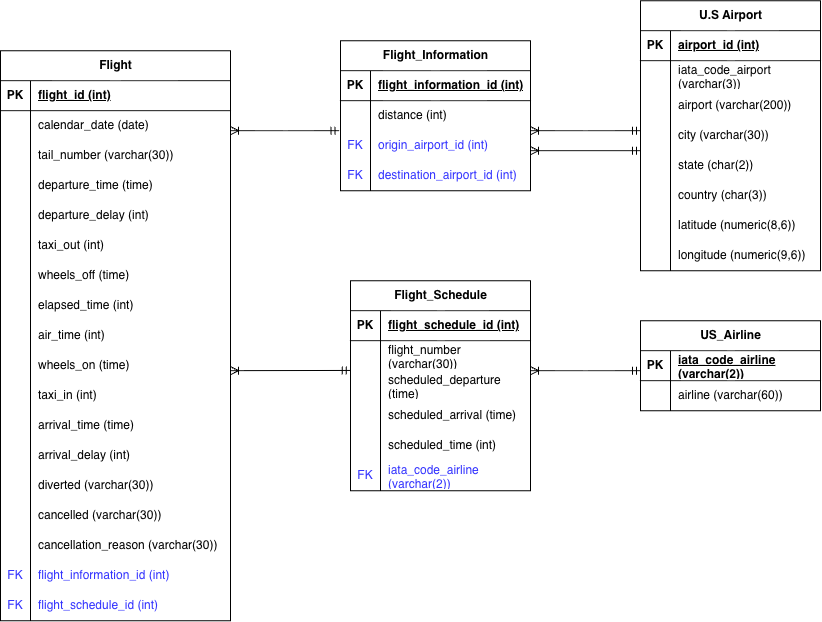
Before: ERD/Flights.png, a diagram exported from draw.io (zhenzhebao/2015-U.S.-Flight-Analysis). Source tidied: cells renumbered, new cells last; positions are measured from the earlier drawing's top-left corner, leaving out a move shared by most shapes.
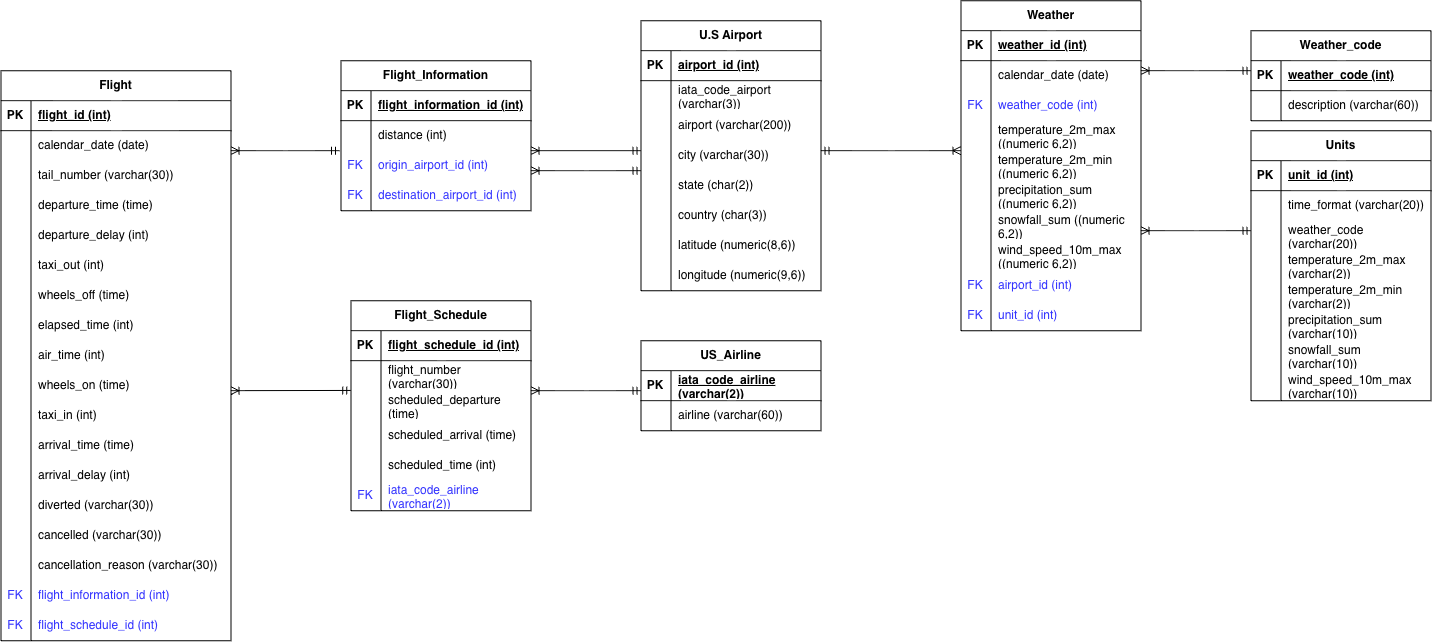
After the commit.

Commit message:
updated ERD and dashboard

What changed in the source:
```diff
@@ -387,5 +387,212 @@
         <mxPoint x="640" y="150" as="targetPoint" />
       </mxGeometry>
     </mxCell>
+    <mxCell id="126" value="Weather" style="shape=table;startSize=30;rowLines=0;fontStyle=1;align=center;html=1;" parent="1" vertex="1">
+      <mxGeometry x="960" y="-20" width="180" height="330" as="geometry" />
+    </mxCell>
+    <mxCell id="127" style="shape=tableRow;horizontal=0;startSize=0;swimlaneHead=0;swimlaneBody=0;fillColor=none;top=0;left=0;right=0;bottom=1;" parent="126" vertex="1">
+      <mxGeometry y="30" width="180" height="30" as="geometry" />
+    </mxCell>
+    <mxCell id="128" value="PK" style="shape=partialRectangle;fillColor=none;top=0;left=0;bottom=0;right=0;fontStyle=1;overflow=hidden;whiteSpace=wrap;html=1;" parent="127" vertex="1">
+      <mxGeometry width="30" height="30" as="geometry" />
+    </mxCell>
+    <mxCell id="129" value="weather_id (int)" style="shape=partialRectangle;fillColor=none;top=0;left=0;bottom=0;right=0;align=left;spacingLeft=6;fontStyle=5;overflow=hidden;whiteSpace=wrap;html=1;" parent="127" vertex="1">
+      <mxGeometry x="30" width="150" height="30" as="geometry" />
+    </mxCell>
+    <mxCell id="130" style="shape=tableRow;horizontal=0;startSize=0;swimlaneHead=0;swimlaneBody=0;fillColor=none;top=0;left=0;right=0;bottom=0;" parent="126" vertex="1">
+      <mxGeometry y="60" width="180" height="30" as="geometry" />
+    </mxCell>
+    <mxCell id="131" style="shape=partialRectangle;fillColor=none;top=0;left=0;bottom=0;right=0;overflow=hidden;whiteSpace=wrap;html=1;" parent="130" vertex="1">
+      <mxGeometry width="30" height="30" as="geometry" />
+    </mxCell>
+    <mxCell id="132" value="calendar_date (date)" style="shape=partialRectangle;fillColor=none;top=0;left=0;bottom=0;right=0;align=left;spacingLeft=6;overflow=hidden;whiteSpace=wrap;html=1;" parent="130" vertex="1">
+      <mxGeometry x="30" width="150" height="30" as="geometry" />
+    </mxCell>
+    <mxCell id="133" style="shape=tableRow;horizontal=0;startSize=0;swimlaneHead=0;swimlaneBody=0;fillColor=none;top=0;left=0;right=0;bottom=0;" parent="126" vertex="1">
+      <mxGeometry y="90" width="180" height="30" as="geometry" />
+    </mxCell>
+    <mxCell id="134" value="&lt;span style=&quot;color: rgb(51, 51, 255);&quot;&gt;FK&lt;/span&gt;" style="shape=partialRectangle;fillColor=none;top=0;left=0;bottom=0;right=0;overflow=hidden;whiteSpace=wrap;html=1;" parent="133" vertex="1">
+      <mxGeometry width="30" height="30" as="geometry" />
+    </mxCell>
+    <mxCell id="135" value="&lt;span style=&quot;color: rgb(51, 51, 255);&quot;&gt;weather_code (int)&lt;/span&gt;" style="shape=partialRectangle;fillColor=none;top=0;left=0;bottom=0;right=0;align=left;spacingLeft=6;overflow=hidden;whiteSpace=wrap;html=1;" parent="133" vertex="1">
+      <mxGeometry x="30" width="150" height="30" as="geometry" />
+    </mxCell>
+    <mxCell id="136" style="shape=tableRow;horizontal=0;startSize=0;swimlaneHead=0;swimlaneBody=0;fillColor=none;top=0;left=0;right=0;bottom=0;" parent="126" vertex="1">
+      <mxGeometry y="120" width="180" height="30" as="geometry" />
+    </mxCell>
+    <mxCell id="137" style="shape=partialRectangle;fillColor=none;top=0;left=0;bottom=0;right=0;overflow=hidden;whiteSpace=wrap;html=1;" parent="136" vertex="1">
+      <mxGeometry width="30" height="30" as="geometry" />
+    </mxCell>
+    <mxCell id="138" value="temperature_2m_max ((numeric 6,2))" style="shape=partialRectangle;fillColor=none;top=0;left=0;bottom=0;right=0;align=left;spacingLeft=6;overflow=hidden;whiteSpace=wrap;html=1;" parent="136" vertex="1">
+      <mxGeometry x="30" width="150" height="30" as="geometry" />
+    </mxCell>
+    <mxCell id="139" style="shape=tableRow;horizontal=0;startSize=0;swimlaneHead=0;swimlaneBody=0;fillColor=none;top=0;left=0;right=0;bottom=0;" parent="126" vertex="1">
+      <mxGeometry y="150" width="180" height="30" as="geometry" />
+    </mxCell>
+    <mxCell id="140" style="shape=partialRectangle;fillColor=none;top=0;left=0;bottom=0;right=0;overflow=hidden;whiteSpace=wrap;html=1;" parent="139" vertex="1">
+      <mxGeometry width="30" height="30" as="geometry" />
+    </mxCell>
+    <mxCell id="141" value="temperature_2m_min ((numeric 6,2))" style="shape=partialRectangle;fillColor=none;top=0;left=0;bottom=0;right=0;align=left;spacingLeft=6;overflow=hidden;whiteSpace=wrap;html=1;" parent="139" vertex="1">
+      <mxGeometry x="30" width="150" height="30" as="geometry" />
+    </mxCell>
+    <mxCell id="142" style="shape=tableRow;horizontal=0;startSize=0;swimlaneHead=0;swimlaneBody=0;fillColor=none;top=0;left=0;right=0;bottom=0;" parent="126" vertex="1">
+      <mxGeometry y="180" width="180" height="30" as="geometry" />
+    </mxCell>
+    <mxCell id="143" style="shape=partialRectangle;fillColor=none;top=0;left=0;bottom=0;right=0;overflow=hidden;whiteSpace=wrap;html=1;" parent="142" vertex="1">
+      <mxGeometry width="30" height="30" as="geometry" />
+    </mxCell>
+    <mxCell id="144" value="precipitation_sum ((numeric 6,2))" style="shape=partialRectangle;fillColor=none;top=0;left=0;bottom=0;right=0;align=left;spacingLeft=6;overflow=hidden;whiteSpace=wrap;html=1;" parent="142" vertex="1">
+      <mxGeometry x="30" width="150" height="30" as="geometry" />
+    </mxCell>
+    <mxCell id="145" style="shape=tableRow;horizontal=0;startSize=0;swimlaneHead=0;swimlaneBody=0;fillColor=none;top=0;left=0;right=0;bottom=0;" parent="126" vertex="1">
+      <mxGeometry y="210" width="180" height="30" as="geometry" />
+    </mxCell>
+    <mxCell id="146" style="shape=partialRectangle;fillColor=none;top=0;left=0;bottom=0;right=0;overflow=hidden;whiteSpace=wrap;html=1;" parent="145" vertex="1">
+      <mxGeometry width="30" height="30" as="geometry" />
+    </mxCell>
+    <mxCell id="147" value="snowfall_sum ((numeric 6,2))" style="shape=partialRectangle;fillColor=none;top=0;left=0;bottom=0;right=0;align=left;spacingLeft=6;overflow=hidden;whiteSpace=wrap;html=1;" parent="145" vertex="1">
+      <mxGeometry x="30" width="150" height="30" as="geometry" />
+    </mxCell>
+    <mxCell id="148" style="shape=tableRow;horizontal=0;startSize=0;swimlaneHead=0;swimlaneBody=0;fillColor=none;top=0;left=0;right=0;bottom=0;" parent="126" vertex="1">
+      <mxGeometry y="240" width="180" height="30" as="geometry" />
+    </mxCell>
+    <mxCell id="149" style="shape=partialRectangle;fillColor=none;top=0;left=0;bottom=0;right=0;overflow=hidden;whiteSpace=wrap;html=1;" parent="148" vertex="1">
+      <mxGeometry width="30" height="30" as="geometry" />
+    </mxCell>
+    <mxCell id="150" value="wind_speed_10m_max ((numeric 6,2))" style="shape=partialRectangle;fillColor=none;top=0;left=0;bottom=0;right=0;align=left;spacingLeft=6;overflow=hidden;whiteSpace=wrap;html=1;" parent="148" vertex="1">
+      <mxGeometry x="30" width="150" height="30" as="geometry" />
+    </mxCell>
+    <mxCell id="151" style="shape=tableRow;horizontal=0;startSize=0;swimlaneHead=0;swimlaneBody=0;fillColor=none;top=0;left=0;right=0;bottom=0;" parent="126" vertex="1">
+      <mxGeometry y="270" width="180" height="30" as="geometry" />
+    </mxCell>
+    <mxCell id="152" value="&lt;span style=&quot;color: rgb(51, 51, 255);&quot;&gt;FK&lt;/span&gt;" style="shape=partialRectangle;fillColor=none;top=0;left=0;bottom=0;right=0;overflow=hidden;whiteSpace=wrap;html=1;" parent="151" vertex="1">
+      <mxGeometry width="30" height="30" as="geometry" />
+    </mxCell>
+    <mxCell id="153" value="&lt;span style=&quot;color: rgb(51, 51, 255);&quot;&gt;airport_id (int)&lt;/span&gt;" style="shape=partialRectangle;fillColor=none;top=0;left=0;bottom=0;right=0;align=left;spacingLeft=6;overflow=hidden;whiteSpace=wrap;html=1;" parent="151" vertex="1">
+      <mxGeometry x="30" width="150" height="30" as="geometry" />
+    </mxCell>
+    <mxCell id="154" style="shape=tableRow;horizontal=0;startSize=0;swimlaneHead=0;swimlaneBody=0;fillColor=none;top=0;left=0;right=0;bottom=0;" parent="126" vertex="1">
+      <mxGeometry y="300" width="180" height="30" as="geometry" />
+    </mxCell>
+    <mxCell id="155" value="&lt;span style=&quot;color: rgb(51, 51, 255);&quot;&gt;FK&lt;/span&gt;" style="shape=partialRectangle;fillColor=none;top=0;left=0;bottom=0;right=0;overflow=hidden;whiteSpace=wrap;html=1;" parent="154" vertex="1">
+      <mxGeometry width="30" height="30" as="geometry" />
+    </mxCell>
+    <mxCell id="156" value="&lt;span style=&quot;color: rgb(51, 51, 255);&quot;&gt;unit_id (int)&lt;/span&gt;" style="shape=partialRectangle;fillColor=none;top=0;left=0;bottom=0;right=0;align=left;spacingLeft=6;overflow=hidden;whiteSpace=wrap;html=1;" parent="154" vertex="1">
+      <mxGeometry x="30" width="150" height="30" as="geometry" />
+    </mxCell>
+    <mxCell id="157" value="Units" style="shape=table;startSize=30;rowLines=0;fontStyle=1;align=center;html=1;" parent="1" vertex="1">
+      <mxGeometry x="1250" y="110" width="180" height="270" as="geometry" />
+    </mxCell>
+    <mxCell id="158" style="shape=tableRow;horizontal=0;startSize=0;swimlaneHead=0;swimlaneBody=0;fillColor=none;top=0;left=0;right=0;bottom=1;" parent="157" vertex="1">
+      <mxGeometry y="30" width="180" height="30" as="geometry" />
+    </mxCell>
+    <mxCell id="159" value="PK" style="shape=partialRectangle;fillColor=none;top=0;left=0;bottom=0;right=0;fontStyle=1;overflow=hidden;whiteSpace=wrap;html=1;" parent="158" vertex="1">
+      <mxGeometry width="30" height="30" as="geometry" />
+    </mxCell>
+    <mxCell id="160" value="unit_id (int)" style="shape=partialRectangle;fillColor=none;top=0;left=0;bottom=0;right=0;align=left;spacingLeft=6;fontStyle=5;overflow=hidden;whiteSpace=wrap;html=1;" parent="158" vertex="1">
+      <mxGeometry x="30" width="150" height="30" as="geometry" />
+    </mxCell>
+    <mxCell id="161" style="shape=tableRow;horizontal=0;startSize=0;swimlaneHead=0;swimlaneBody=0;fillColor=none;top=0;left=0;right=0;bottom=0;" parent="157" vertex="1">
+      <mxGeometry y="60" width="180" height="30" as="geometry" />
+    </mxCell>
+    <mxCell id="162" style="shape=partialRectangle;fillColor=none;top=0;left=0;bottom=0;right=0;overflow=hidden;whiteSpace=wrap;html=1;" parent="161" vertex="1">
+      <mxGeometry width="30" height="30" as="geometry" />
+    </mxCell>
+    <mxCell id="163" value="time_format (varchar(20))" style="shape=partialRectangle;fillColor=none;top=0;left=0;bottom=0;right=0;align=left;spacingLeft=6;overflow=hidden;whiteSpace=wrap;html=1;" parent="161" vertex="1">
+      <mxGeometry x="30" width="150" height="30" as="geometry" />
+    </mxCell>
+    <mxCell id="164" style="shape=tableRow;horizontal=0;startSize=0;swimlaneHead=0;swimlaneBody=0;fillColor=none;top=0;left=0;right=0;bottom=0;" parent="157" vertex="1">
+      <mxGeometry y="90" width="180" height="30" as="geometry" />
+    </mxCell>
+    <mxCell id="165" style="shape=partialRectangle;fillColor=none;top=0;left=0;bottom=0;right=0;overflow=hidden;whiteSpace=wrap;html=1;" parent="164" vertex="1">
+      <mxGeometry width="30" height="30" as="geometry" />
+    </mxCell>
+    <mxCell id="166" value="weather_code (varchar(20))" style="shape=partialRectangle;fillColor=none;top=0;left=0;bottom=0;right=0;align=left;spacingLeft=6;overflow=hidden;whiteSpace=wrap;html=1;" parent="164" vertex="1">
+      <mxGeometry x="30" width="150" height="30" as="geometry" />
+    </mxCell>
+    <mxCell id="167" style="shape=tableRow;horizontal=0;startSize=0;swimlaneHead=0;swimlaneBody=0;fillColor=none;top=0;left=0;right=0;bottom=0;" parent="157" vertex="1">
+      <mxGeometry y="120" width="180" height="30" as="geometry" />
+    </mxCell>
+    <mxCell id="168" style="shape=partialRectangle;fillColor=none;top=0;left=0;bottom=0;right=0;overflow=hidden;whiteSpace=wrap;html=1;" parent="167" vertex="1">
+      <mxGeometry width="30" height="30" as="geometry" />
+    </mxCell>
+    <mxCell id="169" value="temperature_2m_max (varchar(2))" style="shape=partialRectangle;fillColor=none;top=0;left=0;bottom=0;right=0;align=left;spacingLeft=6;overflow=hidden;whiteSpace=wrap;html=1;" parent="167" vertex="1">
+      <mxGeometry x="30" width="150" height="30" as="geometry" />
+    </mxCell>
+    <mxCell id="170" style="shape=tableRow;horizontal=0;startSize=0;swimlaneHead=0;swimlaneBody=0;fillColor=none;top=0;left=0;right=0;bottom=0;" parent="157" vertex="1">
+      <mxGeometry y="150" width="180" height="30" as="geometry" />
+    </mxCell>
+    <mxCell id="171" style="shape=partialRectangle;fillColor=none;top=0;left=0;bottom=0;right=0;overflow=hidden;whiteSpace=wrap;html=1;" parent="170" vertex="1">
+      <mxGeometry width="30" height="30" as="geometry" />
+    </mxCell>
+    <mxCell id="172" value="temperature_2m_min (varchar(2))" style="shape=partialRectangle;fillColor=none;top=0;left=0;bottom=0;right=0;align=left;spacingLeft=6;overflow=hidden;whiteSpace=wrap;html=1;" parent="170" vertex="1">
+      <mxGeometry x="30" width="150" height="30" as="geometry" />
+    </mxCell>
+    <mxCell id="173" style="shape=tableRow;horizontal=0;startSize=0;swimlaneHead=0;swimlaneBody=0;fillColor=none;top=0;left=0;right=0;bottom=0;" parent="157" vertex="1">
+      <mxGeometry y="180" width="180" height="30" as="geometry" />
+    </mxCell>
+    <mxCell id="174" style="shape=partialRectangle;fillColor=none;top=0;left=0;bottom=0;right=0;overflow=hidden;whiteSpace=wrap;html=1;" parent="173" vertex="1">
+      <mxGeometry width="30" height="30" as="geometry" />
+    </mxCell>
+    <mxCell id="175" value="precipitation_sum (varchar(10))" style="shape=partialRectangle;fillColor=none;top=0;left=0;bottom=0;right=0;align=left;spacingLeft=6;overflow=hidden;whiteSpace=wrap;html=1;" parent="173" vertex="1">
+      <mxGeometry x="30" width="150" height="30" as="geometry" />
+    </mxCell>
+    <mxCell id="176" style="shape=tableRow;horizontal=0;startSize=0;swimlaneHead=0;swimlaneBody=0;fillColor=none;top=0;left=0;right=0;bottom=0;" parent="157" vertex="1">
+      <mxGeometry y="210" width="180" height="30" as="geometry" />
+    </mxCell>
+    <mxCell id="177" style="shape=partialRectangle;fillColor=none;top=0;left=0;bottom=0;right=0;overflow=hidden;whiteSpace=wrap;html=1;" parent="176" vertex="1">
+      <mxGeometry width="30" height="30" as="geometry" />
+    </mxCell>
+    <mxCell id="178" value="snowfall_sum (varchar(10))" style="shape=partialRectangle;fillColor=none;top=0;left=0;bottom=0;right=0;align=left;spacingLeft=6;overflow=hidden;whiteSpace=wrap;html=1;" parent="176" vertex="1">
+      <mxGeometry x="30" width="150" height="30" as="geometry" />
+    </mxCell>
+    <mxCell id="179" style="shape=tableRow;horizontal=0;startSize=0;swimlaneHead=0;swimlaneBody=0;fillColor=none;top=0;left=0;right=0;bottom=0;" parent="157" vertex="1">
+      <mxGeometry y="240" width="180" height="30" as="geometry" />
+    </mxCell>
+    <mxCell id="180" style="shape=partialRectangle;fillColor=none;top=0;left=0;bottom=0;right=0;overflow=hidden;whiteSpace=wrap;html=1;" parent="179" vertex="1">
+      <mxGeometry width="30" height="30" as="geometry" />
+    </mxCell>
+    <mxCell id="181" value="wind_speed_10m_max (varchar(10))" style="shape=partialRectangle;fillColor=none;top=0;left=0;bottom=0;right=0;align=left;spacingLeft=6;overflow=hidden;whiteSpace=wrap;html=1;" parent="179" vertex="1">
+      <mxGeometry x="30" width="150" height="30" as="geometry" />
+    </mxCell>
+    <mxCell id="182" value="Weather_code" style="shape=table;startSize=30;rowLines=0;fontStyle=1;align=center;html=1;" parent="1" vertex="1">
+      <mxGeometry x="1250" y="10" width="180" height="90" as="geometry" />
+    </mxCell>
+    <mxCell id="183" style="shape=tableRow;horizontal=0;startSize=0;swimlaneHead=0;swimlaneBody=0;fillColor=none;top=0;left=0;right=0;bottom=1;" parent="182" vertex="1">
+      <mxGeometry y="30" width="180" height="30" as="geometry" />
+    </mxCell>
+    <mxCell id="184" value="PK" style="shape=partialRectangle;fillColor=none;top=0;left=0;bottom=0;right=0;fontStyle=1;overflow=hidden;whiteSpace=wrap;html=1;" parent="183" vertex="1">
+      <mxGeometry width="30" height="30" as="geometry" />
+    </mxCell>
+    <mxCell id="185" value="weather_code (int)" style="shape=partialRectangle;fillColor=none;top=0;left=0;bottom=0;right=0;align=left;spacingLeft=6;fontStyle=5;overflow=hidden;whiteSpace=wrap;html=1;" parent="183" vertex="1">
+      <mxGeometry x="30" width="150" height="30" as="geometry" />
+    </mxCell>
+    <mxCell id="186" style="shape=tableRow;horizontal=0;startSize=0;swimlaneHead=0;swimlaneBody=0;fillColor=none;top=0;left=0;right=0;bottom=0;" parent="182" vertex="1">
+      <mxGeometry y="60" width="180" height="30" as="geometry" />
+    </mxCell>
+    <mxCell id="187" style="shape=partialRectangle;fillColor=none;top=0;left=0;bottom=0;right=0;overflow=hidden;whiteSpace=wrap;html=1;" parent="186" vertex="1">
+      <mxGeometry width="30" height="30" as="geometry" />
+    </mxCell>
+    <mxCell id="188" value="description (varchar(60))" style="shape=partialRectangle;fillColor=none;top=0;left=0;bottom=0;right=0;align=left;spacingLeft=6;overflow=hidden;whiteSpace=wrap;html=1;" parent="186" vertex="1">
+      <mxGeometry x="30" width="150" height="30" as="geometry" />
+    </mxCell>
+    <mxCell id="189" style="endArrow=ERmandOne;html=1;rounded=0;endFill=0;startArrow=ERoneToMany;startFill=0;" parent="1" edge="1">
+      <mxGeometry relative="1" as="geometry">
+        <mxPoint x="1140" y="50" as="sourcePoint" />
+        <mxPoint x="1250" y="50" as="targetPoint" />
+      </mxGeometry>
+    </mxCell>
+    <mxCell id="190" style="endArrow=ERmandOne;html=1;rounded=0;endFill=0;startArrow=ERoneToMany;startFill=0;" parent="1" edge="1">
+      <mxGeometry relative="1" as="geometry">
+        <mxPoint x="1140" y="210" as="sourcePoint" />
+        <mxPoint x="1250" y="210" as="targetPoint" />
+      </mxGeometry>
+    </mxCell>
+    <mxCell id="191" style="endArrow=ERoneToMany;html=1;rounded=0;startArrow=ERmandOne;startFill=0;endFill=0;" parent="1" edge="1">
+      <mxGeometry relative="1" as="geometry">
+        <mxPoint x="820" y="130" as="sourcePoint" />
+        <mxPoint x="960" y="130" as="targetPoint" />
+      </mxGeometry>
+    </mxCell>
   </root>
 </mxGraphModel>
```
